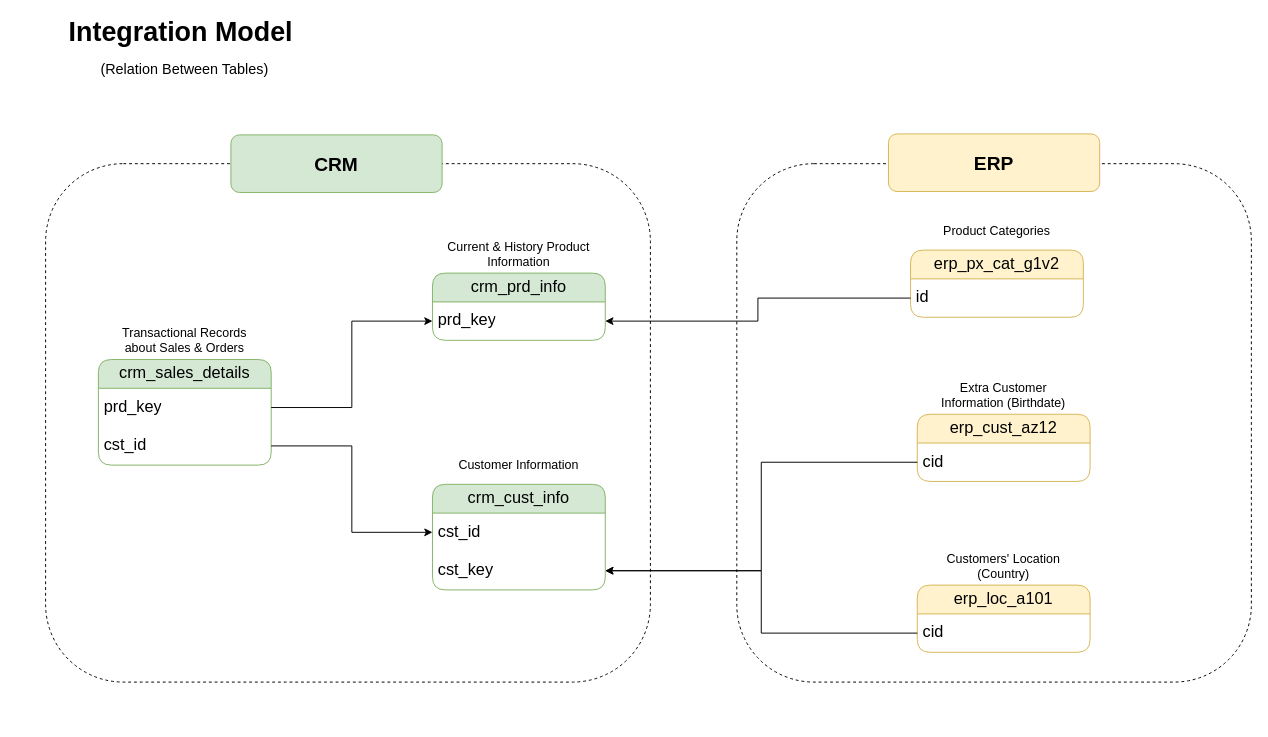
Earlier version of the draw.io diagram diagrams/Tables_relations.drawio (Edo-analyst/SQL_Data_Warehouse_Project). Source tidied: cells renumbered, new cells numbered last; positions are measured from the earlier drawing's top-left corner, leaving out a move shared by most shapes. Both pictures are drawn from the tidied source at 96%, with x=0, y=0 at pixel (16, 19).
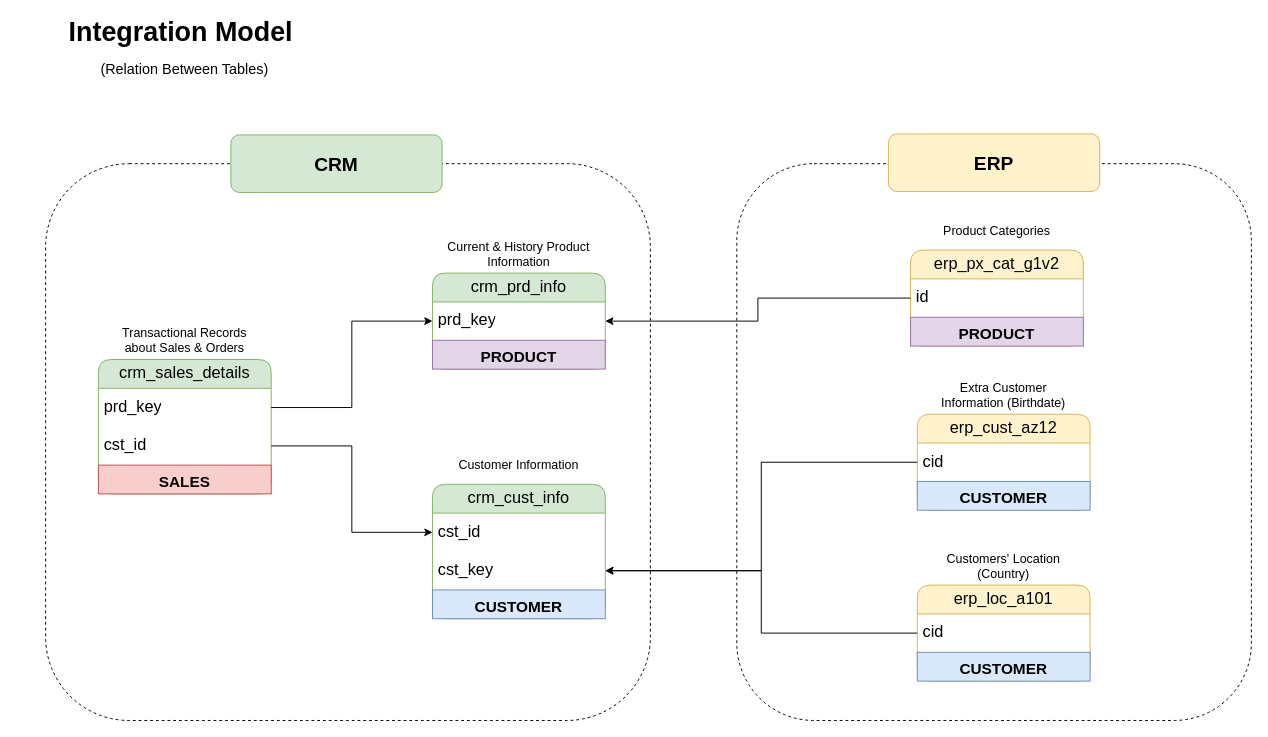
After the change.

Change to the diagram source:
```diff
@@
+    <mxCell id="28" style="rounded=1;whiteSpace=wrap;html=1;fillColor=none;dashed=1;" parent="1" vertex="1">
+      <mxGeometry x="30" y="150" width="630" height="580" as="geometry" />
+    </mxCell>
+    <mxCell id="30" style="rounded=1;whiteSpace=wrap;html=1;fillColor=none;dashed=1;" parent="1" vertex="1">
+      <mxGeometry x="750" y="150" width="536" height="580" as="geometry" />
+    </mxCell>
@@
     <mxCell id="3" value="crm_cust_info" style="swimlane;fontStyle=0;horizontal=1;startSize=30;whiteSpace=wrap;html=1;fillColor=#d5e8d4;rounded=1;fontSize=17;strokeColor=#82b366;" parent="1" vertex="1">
-      <mxGeometry x="433" y="484" width="180" height="110" as="geometry" />
+      <mxGeometry x="433" y="484" width="180" height="140" as="geometry" />
     </mxCell>
@@
+    <mxCell id="32" value="&lt;font style=&quot;font-size: 16px;&quot;&gt;CUSTOMER&lt;/font&gt;" style="text;html=1;strokeColor=#6c8ebf;fillColor=#dae8fc;align=center;verticalAlign=middle;whiteSpace=wrap;overflow=hidden;fontSize=20;fontStyle=1;" parent="3" vertex="1">
+      <mxGeometry y="110" width="180" height="30" as="geometry" />
+    </mxCell>
@@
     <mxCell id="7" value="crm_prd_info" style="swimlane;fontStyle=0;horizontal=1;startSize=30;whiteSpace=wrap;html=1;fillColor=#d5e8d4;rounded=1;fontSize=17;strokeColor=#82b366;" parent="1" vertex="1">
-      <mxGeometry x="433" y="264" width="180" height="70" as="geometry" />
+      <mxGeometry x="433" y="264" width="180" height="100" as="geometry" />
     </mxCell>
@@
+    <mxCell id="33" value="&lt;font style=&quot;font-size: 16px;&quot;&gt;PRODUCT&lt;/font&gt;" style="text;html=1;strokeColor=#9673a6;fillColor=#e1d5e7;align=center;verticalAlign=middle;whiteSpace=wrap;overflow=hidden;fontSize=20;fontStyle=1;" parent="7" vertex="1">
+      <mxGeometry y="70" width="180" height="30" as="geometry" />
+    </mxCell>
@@
     <mxCell id="10" value="crm_sales_details" style="swimlane;fontStyle=0;horizontal=1;startSize=30;whiteSpace=wrap;html=1;fillColor=#d5e8d4;rounded=1;fontSize=17;strokeColor=#82b366;" parent="1" vertex="1">
-      <mxGeometry x="85" y="354" width="180" height="110" as="geometry" />
+      <mxGeometry x="85" y="354" width="180" height="140" as="geometry" />
     </mxCell>
@@
+    <mxCell id="34" value="&lt;font style=&quot;font-size: 16px;&quot;&gt;SALES&lt;/font&gt;" style="text;html=1;strokeColor=#b85450;fillColor=#f8cecc;align=center;verticalAlign=middle;whiteSpace=wrap;overflow=hidden;fontSize=20;fontStyle=1;" parent="10" vertex="1">
+      <mxGeometry y="110" width="180" height="30" as="geometry" />
+    </mxCell>
@@
     <mxCell id="16" value="erp_cust_az12" style="swimlane;fontStyle=0;horizontal=1;startSize=30;whiteSpace=wrap;html=1;fillColor=#fff2cc;strokeColor=#d6b656;rounded=1;fontSize=17;" parent="1" vertex="1">
-      <mxGeometry x="938" y="411" width="180" height="70" as="geometry" />
+      <mxGeometry x="938" y="411" width="180" height="100" as="geometry" />
     </mxCell>
@@
+    <mxCell id="35" value="&lt;font style=&quot;font-size: 16px;&quot;&gt;CUSTOMER&lt;/font&gt;" style="text;html=1;strokeColor=#6c8ebf;fillColor=#dae8fc;align=center;verticalAlign=middle;whiteSpace=wrap;overflow=hidden;fontSize=20;fontStyle=1;" parent="16" vertex="1">
+      <mxGeometry y="70" width="180" height="30" as="geometry" />
+    </mxCell>
@@
     <mxCell id="20" value="erp_loc_a101" style="swimlane;fontStyle=0;horizontal=1;startSize=30;whiteSpace=wrap;html=1;fillColor=#fff2cc;strokeColor=#d6b656;rounded=1;fontSize=17;" parent="1" vertex="1">
-      <mxGeometry x="938" y="589" width="180" height="70" as="geometry" />
+      <mxGeometry x="938" y="589" width="180" height="100" as="geometry" />
     </mxCell>
@@
+    <mxCell id="36" value="&lt;font style=&quot;font-size: 16px;&quot;&gt;CUSTOMER&lt;/font&gt;" style="text;html=1;strokeColor=#6c8ebf;fillColor=#dae8fc;align=center;verticalAlign=middle;whiteSpace=wrap;overflow=hidden;fontSize=20;fontStyle=1;" parent="20" vertex="1">
+      <mxGeometry y="70" width="180" height="30" as="geometry" />
+    </mxCell>
@@
     <mxCell id="24" value="erp_px_cat_g1v2" style="swimlane;fontStyle=0;horizontal=1;startSize=30;whiteSpace=wrap;html=1;fillColor=#fff2cc;strokeColor=#d6b656;rounded=1;fontSize=17;" parent="1" vertex="1">
-      <mxGeometry x="931" y="240" width="180" height="70" as="geometry" />
+      <mxGeometry x="931" y="240" width="180" height="100" as="geometry" />
     </mxCell>
@@
+    <mxCell id="37" value="&lt;font style=&quot;font-size: 16px;&quot;&gt;PRODUCT&lt;/font&gt;" style="text;html=1;strokeColor=#9673a6;fillColor=#e1d5e7;align=center;verticalAlign=middle;whiteSpace=wrap;overflow=hidden;fontSize=20;fontStyle=1;" parent="24" vertex="1">
+      <mxGeometry y="70" width="180" height="30" as="geometry" />
+    </mxCell>
@@
-    <mxCell id="28" style="rounded=1;whiteSpace=wrap;html=1;fillColor=none;dashed=1;" parent="1" vertex="1">
-      <mxGeometry x="30" y="150" width="630" height="540" as="geometry" />
-    </mxCell>
@@
-    <mxCell id="30" style="rounded=1;whiteSpace=wrap;html=1;fillColor=none;dashed=1;" parent="1" vertex="1">
-      <mxGeometry x="750" y="150" width="536" height="540" as="geometry" />
-    </mxCell>
```
